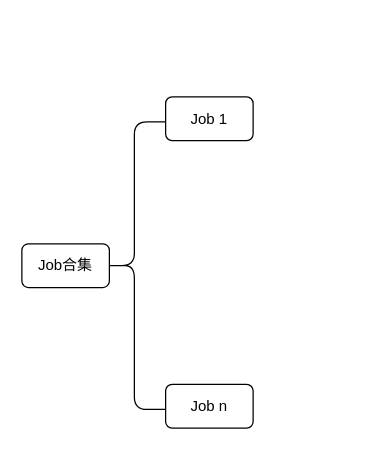
Earlier version of the draw.io diagram Untitled Diagram.drawio (xuanzc/myGitHub). Source tidied: cells renumbered, new cells numbered last; positions are measured from the earlier drawing's top-left corner, leaving out a move shared by most shapes. Both pictures are drawn from the tidied source at 125%, with x=0, y=0 at pixel (21, 96).
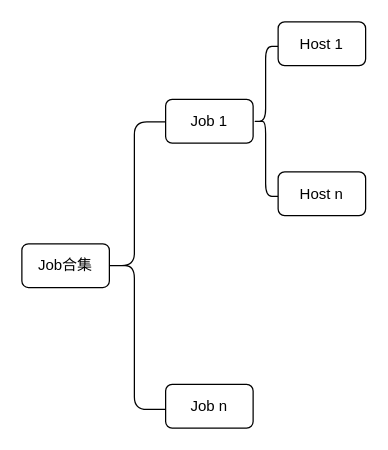
The same page after the edit.

What changed in the source:
```diff
@@
 <mxGraphModel>
   <root>
     <mxCell id="0" />
     <mxCell id="1" parent="0" />
     <mxCell id="2" style="shape=curlyBracket;whiteSpace=wrap;html=1;rounded=1;" parent="1" vertex="1">
       <mxGeometry x="65" y="20" width="50" height="230" as="geometry" />
     </mxCell>
     <mxCell id="3" value="Job合集" style="whiteSpace=wrap;html=1;rounded=1;" parent="1" vertex="1">
       <mxGeometry y="117.5" width="70" height="35" as="geometry" />
     </mxCell>
     <mxCell id="4" value="Job 1" style="whiteSpace=wrap;html=1;rounded=1;" parent="1" vertex="1">
-      <mxGeometry x="115" width="70" height="35" as="geometry" />
+      <mxGeometry x="115" y="2" width="70" height="35" as="geometry" />
     </mxCell>
     <mxCell id="5" value="Job n" style="whiteSpace=wrap;html=1;rounded=1;" parent="1" vertex="1">
       <mxGeometry x="115" y="230" width="70" height="35" as="geometry" />
     </mxCell>
+    <mxCell id="6" style="shape=curlyBracket;whiteSpace=wrap;html=1;rounded=1;" parent="1" vertex="1">
+      <mxGeometry x="185" y="-40.5" width="20" height="120" as="geometry" />
+    </mxCell>
+    <mxCell id="7" value="Host 1" style="whiteSpace=wrap;html=1;rounded=1;" parent="1" vertex="1">
+      <mxGeometry x="205" y="-60" width="70" height="35" as="geometry" />
+    </mxCell>
+    <mxCell id="8" value="Host n" style="whiteSpace=wrap;html=1;rounded=1;" parent="1" vertex="1">
+      <mxGeometry x="205" y="60" width="70" height="35" as="geometry" />
+    </mxCell>
   </root>
 </mxGraphModel>
```
